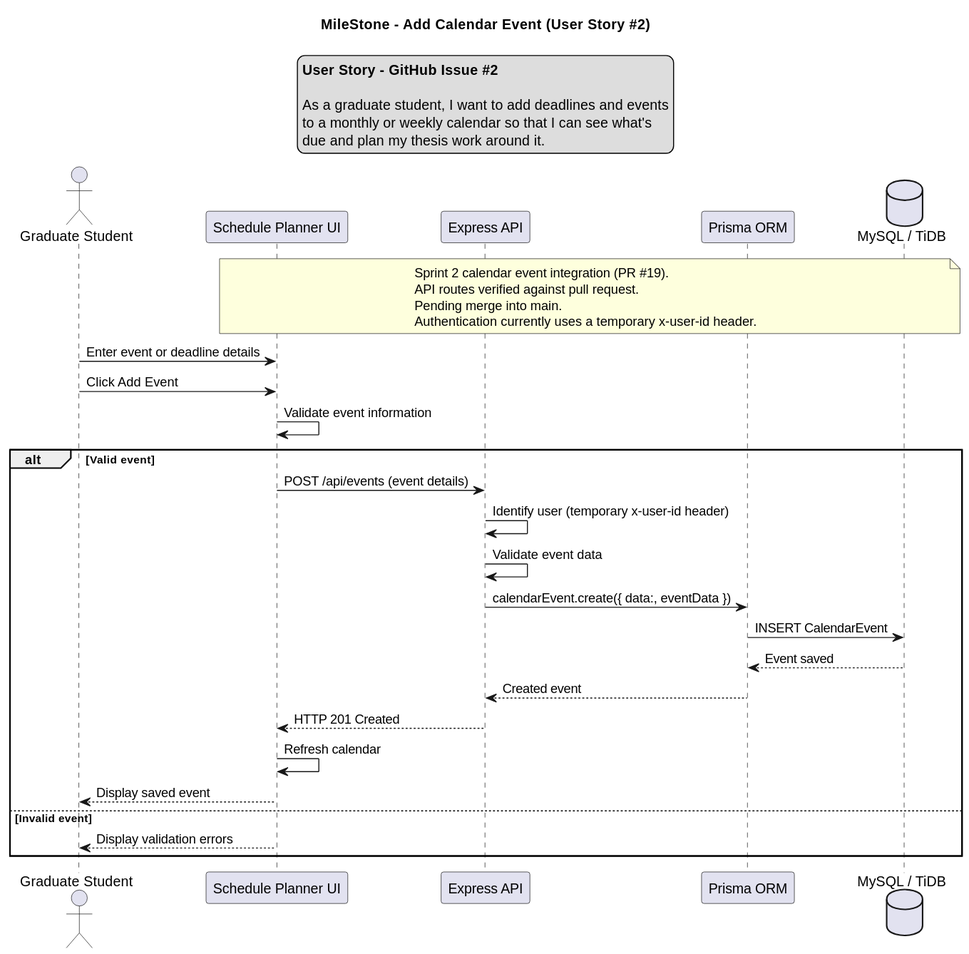
Earlier version of the PlantUML export docs/uml/CalendarEventSequence.svg (aledepau101/MileStone).
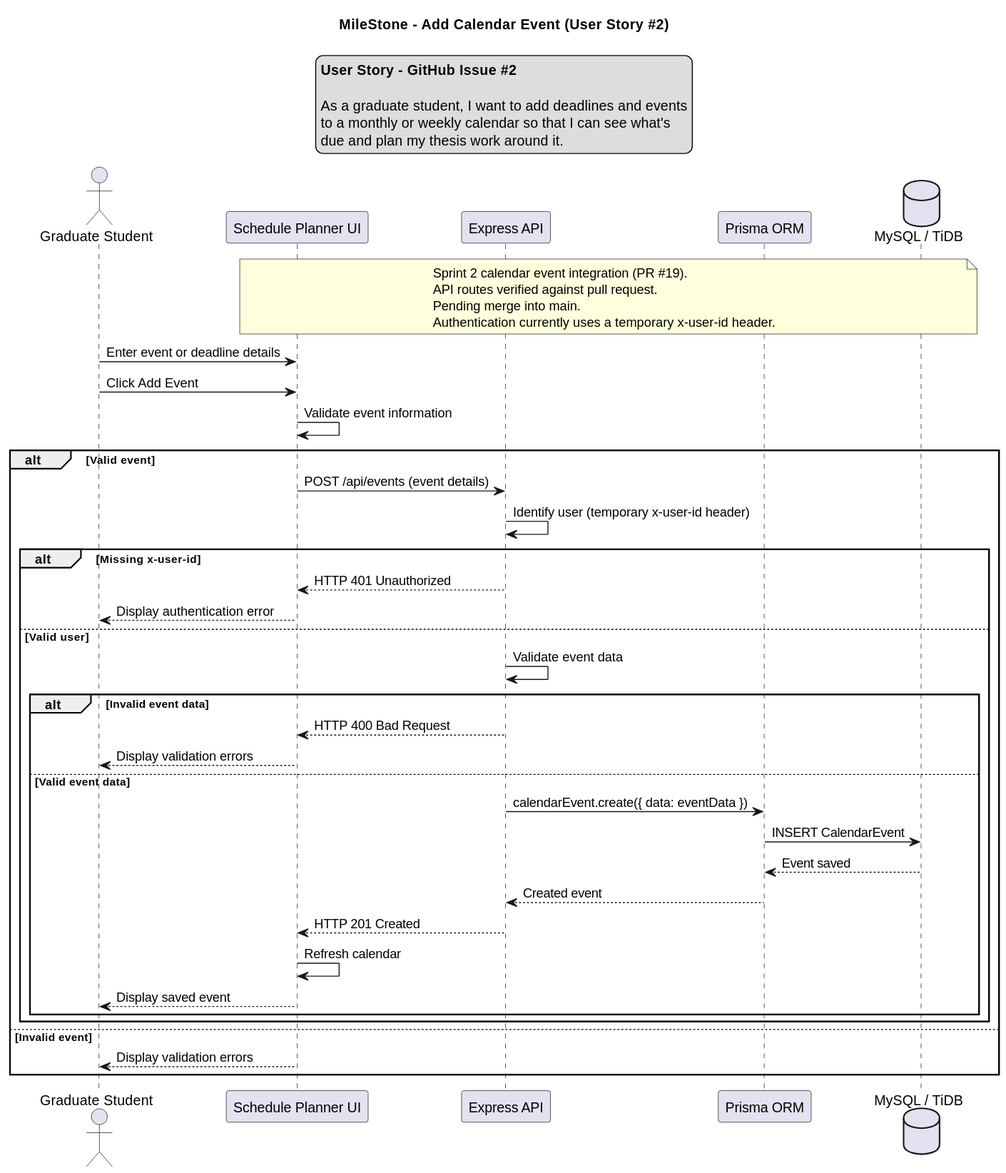
After the commit.

Change to the diagram source:
```diff
@@ -30,16 +30,27 @@
     UI -> API: POST /api/events (event details)
 
     API -> API: Identify user (temporary x-user-id header)
-    API -> API: Validate event data
 
-    API -> Prisma: calendarEvent.create({ data:, eventData })
-    Prisma -> DB: INSERT CalendarEvent
-    DB --> Prisma: Event saved
-    Prisma --> API: Created event
+    alt Missing x-user-id
+        API --> UI: HTTP 401 Unauthorized
+        UI --> Student: Display authentication error
+    else Valid user
+        API -> API: Validate event data
 
-    API --> UI: HTTP 201 Created
-    UI -> UI: Refresh calendar
-    UI --> Student: Display saved event
+        alt Invalid event data
+            API --> UI: HTTP 400 Bad Request
+            UI --> Student: Display validation errors
+        else Valid event data
+            API -> Prisma: calendarEvent.create({ data: eventData })
+            Prisma -> DB: INSERT CalendarEvent
+            DB --> Prisma: Event saved
+            Prisma --> API: Created event
+
+            API --> UI: HTTP 201 Created
+            UI -> UI: Refresh calendar
+            UI --> Student: Display saved event
+        end
+    end
 
 else Invalid event
     UI --> Student: Display validation errors
```
